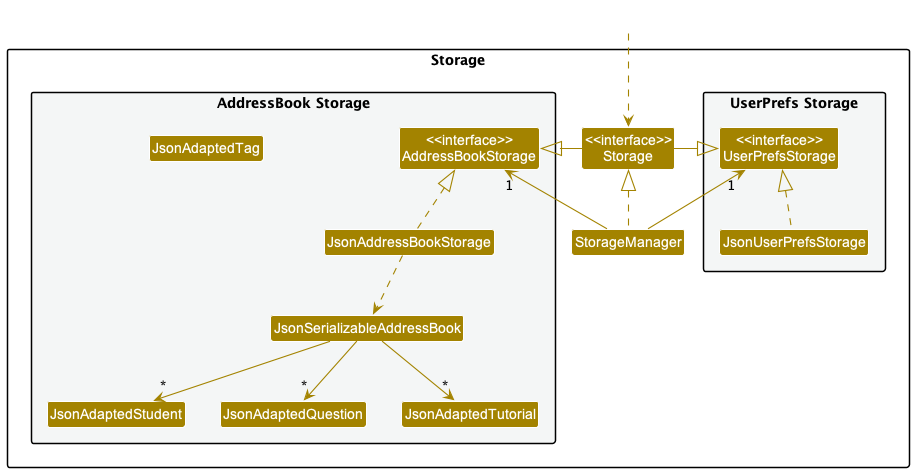
Above: docs/images/StorageClassDiagram.png in nus-cs2103-AY2223S1/tp (PlantUML), before the change.
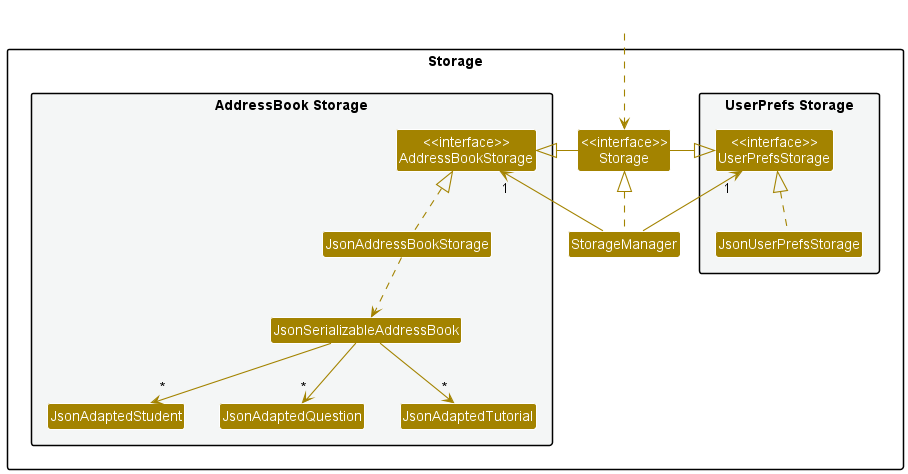
The same diagram one commit later.

Diff of the diagram source:
```diff
@@ -21,7 +21,6 @@
 Class JsonAdaptedStudent
 Class JsonAdaptedQuestion
 Class JsonAdaptedTutorial
-Class JsonAdaptedTag
 }
 
 }
```
